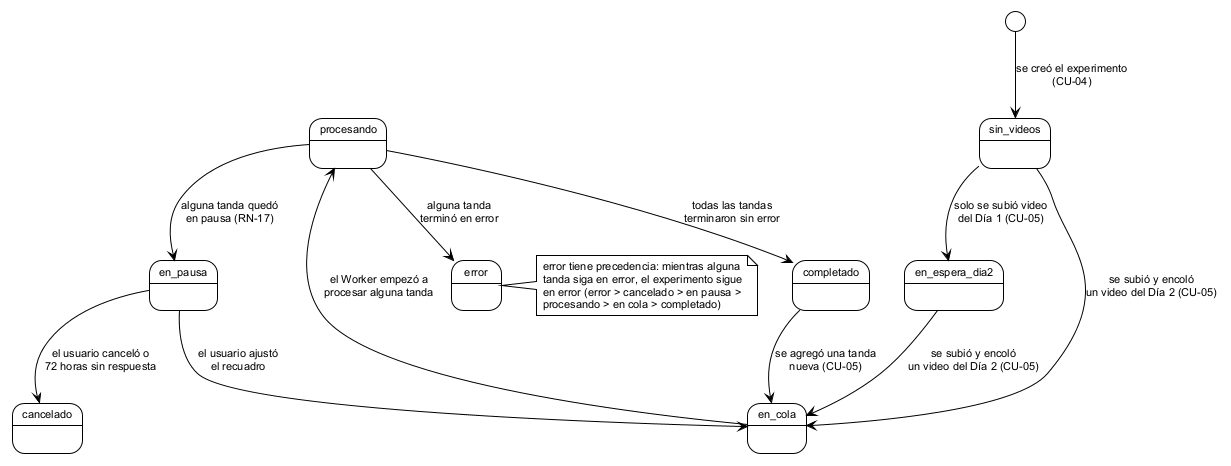
Earlier version of the PlantUML export figures/diagramas/estados_experimento.png (ErickJester/fst-ai-system-latex). Its diagram source:
```plantuml
@startuml estados_experimento
!theme plain
skinparam defaultFontName Arial
skinparam defaultFontSize 11
skinparam shadowing false

[*] --> sin_videos : se creó el experimento\n(CU-04)

sin_videos --> en_espera_dia2 : solo se subió video\ndel Día 1 (CU-05)
sin_videos --> en_cola : se subió y encoló\nun video del Día 2 (CU-05)
en_espera_dia2 --> en_cola : se subió y encoló\nun video del Día 2 (CU-05)
en_cola --> procesando : el Worker empezó a\nprocesar alguna tanda
procesando --> completado : todas las tandas\nterminaron sin error
procesando --> error : alguna tanda\nterminó en error
procesando --> en_pausa : alguna tanda quedó\nen pausa (RN-17)
en_pausa --> en_cola : el usuario ajustó\nel recuadro
en_pausa --> cancelado : el usuario canceló o\n72 horas sin respuesta
completado --> en_cola : se agregó una tanda\nnueva (CU-05)
note right of error
  error tiene precedencia: mientras alguna
  tanda siga en error, el experimento sigue
  en error (error > cancelado > en pausa >
  procesando > en cola > completado)
end note

@enduml
```
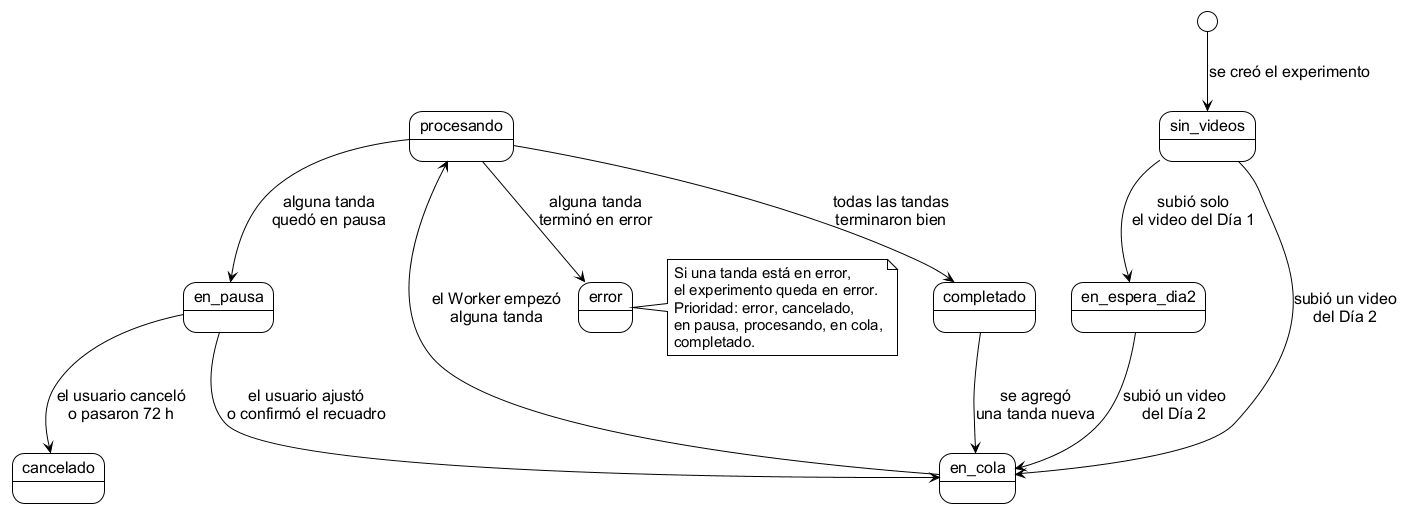
The same file after the commit.

What changed in the source:
```diff
@@ -1,26 +1,26 @@
 @startuml estados_experimento
-!theme plain
-skinparam defaultFontName Arial
-skinparam defaultFontSize 11
-skinparam shadowing false
+!include estilo_doc.iuml
+top to bottom direction
 
-[*] --> sin_videos : se creó el experimento\n(CU-04)
+[*] --> sin_videos : se creó el experimento
 
-sin_videos --> en_espera_dia2 : solo se subió video\ndel Día 1 (CU-05)
-sin_videos --> en_cola : se subió y encoló\nun video del Día 2 (CU-05)
-en_espera_dia2 --> en_cola : se subió y encoló\nun video del Día 2 (CU-05)
-en_cola --> procesando : el Worker empezó a\nprocesar alguna tanda
-procesando --> completado : todas las tandas\nterminaron sin error
+sin_videos --> en_espera_dia2 : subió solo\nel video del Día 1
+sin_videos --> en_cola : subió un video\ndel Día 2
+en_espera_dia2 --> en_cola : subió un video\ndel Día 2
+en_cola --> procesando : el Worker empezó\nalguna tanda
+procesando --> completado : todas las tandas\nterminaron bien
 procesando --> error : alguna tanda\nterminó en error
-procesando --> en_pausa : alguna tanda quedó\nen pausa (RN-17)
-en_pausa --> en_cola : el usuario ajustó\nel recuadro
-en_pausa --> cancelado : el usuario canceló o\n72 horas sin respuesta
-completado --> en_cola : se agregó una tanda\nnueva (CU-05)
+procesando --> en_pausa : alguna tanda\nquedó en pausa
+en_pausa --> en_cola : el usuario ajustó\no confirmó el recuadro
+en_pausa --> cancelado : el usuario canceló\no pasaron 72 h
+completado --> en_cola : se agregó\nuna tanda nueva
+
 note right of error
-  error tiene precedencia: mientras alguna
-  tanda siga en error, el experimento sigue
-  en error (error > cancelado > en pausa >
-  procesando > en cola > completado)
+  Si una tanda está en error,
+  el experimento queda en error.
+  Prioridad: error, cancelado,
+  en pausa, procesando, en cola,
+  completado.
 end note
 
 @enduml
```
